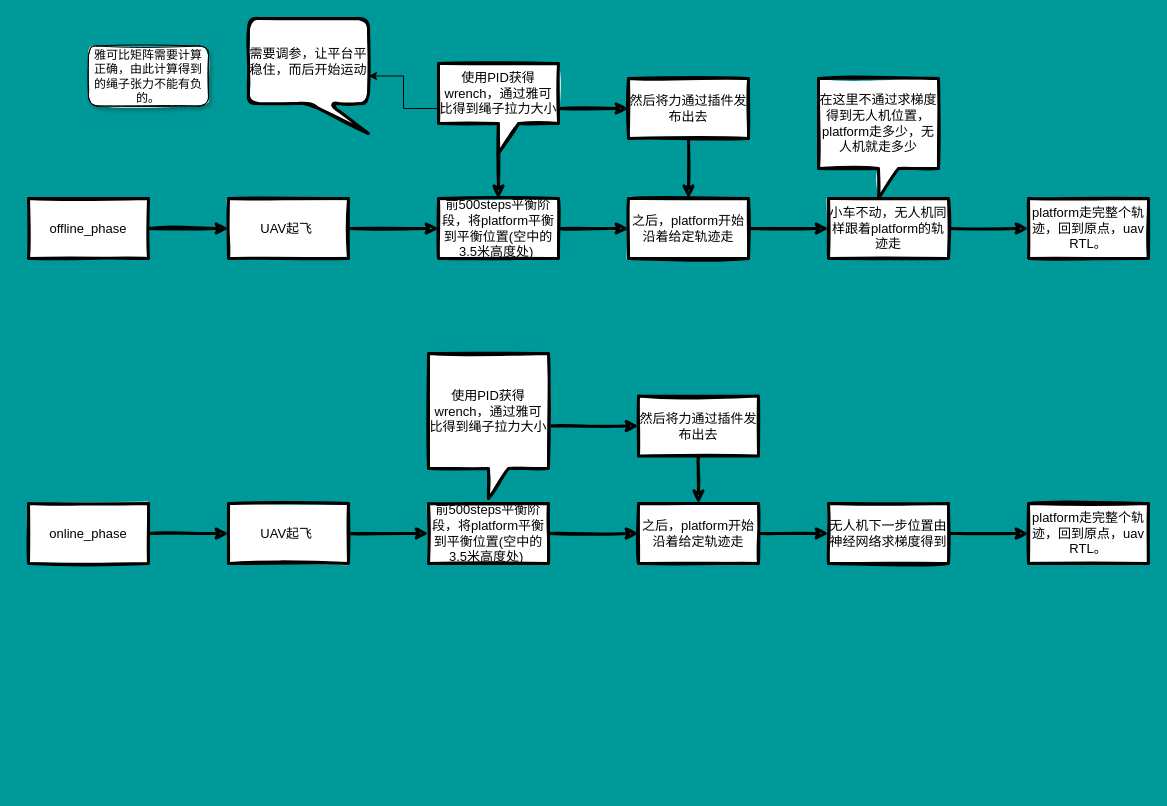
This is plan_cdpr.drawio from CHH3213/diagrams_flow-chart, a draw.io file, before an edit. Source tidied: cells renumbered, new cells numbered last; positions are measured from the earlier drawing's top-left corner, leaving out a move shared by most shapes. Both pictures are drawn from the tidied source at 100%, with x=0, y=0 at pixel (28, 18).
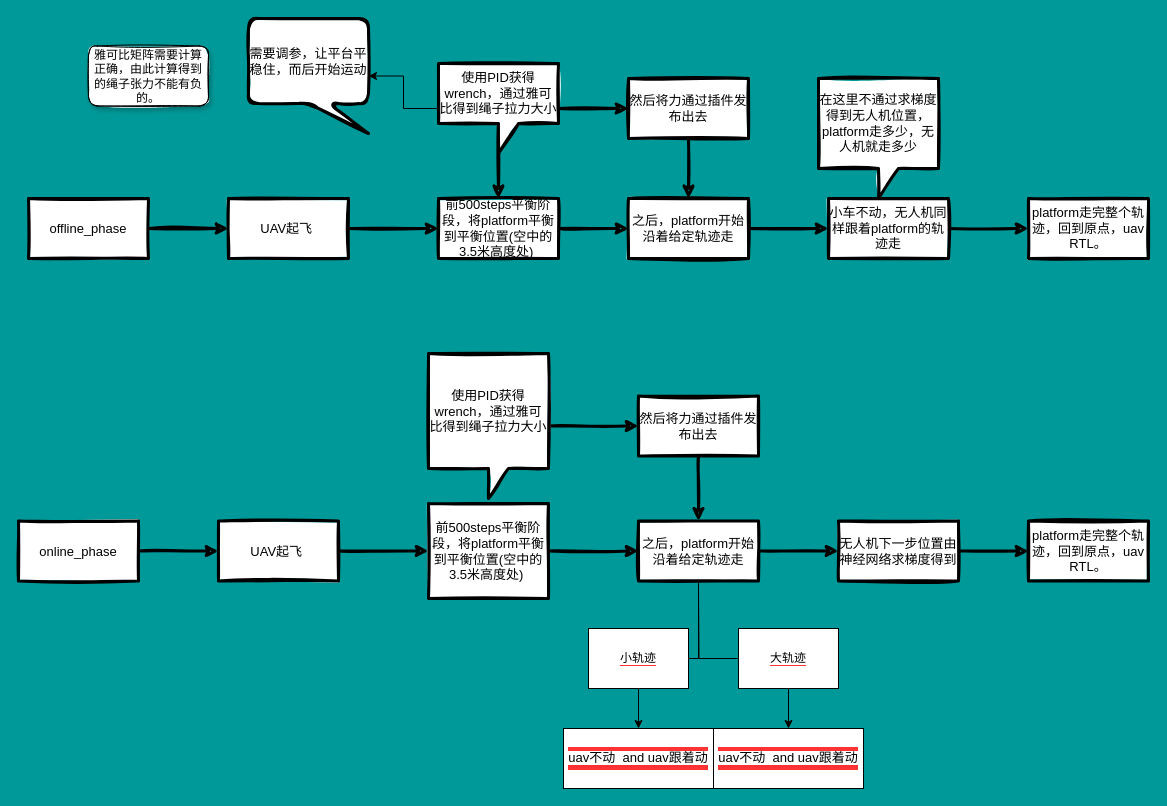
Above is the later version.

Change to the diagram source:
```diff
@@
     <mxCell id="21" value="online_phase" style="whiteSpace=wrap;html=1;sketch=1;strokeWidth=3;fontSize=13;" parent="1" vertex="1">
-      <mxGeometry y="485" width="120" height="60" as="geometry" />
+      <mxGeometry x="-10" y="502.5" width="120" height="60" as="geometry" />
     </mxCell>
@@
     <mxCell id="23" value="UAV起飞&lt;span style=&quot;white-space: pre; font-size: 13px;&quot;&gt; &lt;/span&gt;" style="whiteSpace=wrap;html=1;sketch=1;strokeWidth=3;fontSize=13;" parent="1" vertex="1">
-      <mxGeometry x="200" y="485" width="120" height="60" as="geometry" />
+      <mxGeometry x="190" y="502.5" width="120" height="60" as="geometry" />
     </mxCell>
@@
     <mxCell id="25" value="前500steps平衡阶段，将platform平衡到平衡位置(空中的3.5米高度处)&lt;span style=&quot;white-space: pre ; font-size: 13px&quot;&gt; &lt;/span&gt;" style="whiteSpace=wrap;html=1;sketch=1;strokeWidth=3;fontSize=13;" parent="1" vertex="1">
-      <mxGeometry x="400" y="485" width="120" height="60" as="geometry" />
+      <mxGeometry x="400" y="485" width="120" height="95" as="geometry" />
     </mxCell>
@@
     <mxCell id="27" value="之后，platform开始沿着给定轨迹走" style="whiteSpace=wrap;html=1;sketch=1;strokeWidth=3;fontSize=13;" parent="1" vertex="1">
-      <mxGeometry x="610" y="485" width="120" height="60" as="geometry" />
+      <mxGeometry x="610" y="502.5" width="120" height="60" as="geometry" />
     </mxCell>
@@
     <mxCell id="33" value="无人机下一步位置由神经网络求梯度得到" style="whiteSpace=wrap;html=1;sketch=1;strokeWidth=3;fontSize=13;" parent="1" vertex="1">
-      <mxGeometry x="800" y="485" width="120" height="60" as="geometry" />
+      <mxGeometry x="810" y="502.5" width="120" height="60" as="geometry" />
     </mxCell>
     <mxCell id="34" value="platform走完整个轨迹，回到原点，uav RTL。" style="whiteSpace=wrap;html=1;sketch=1;strokeWidth=3;fontSize=13;" parent="1" vertex="1">
-      <mxGeometry x="1000" y="485" width="120" height="60" as="geometry" />
+      <mxGeometry x="1000" y="502.5" width="120" height="60" as="geometry" />
     </mxCell>
@@
+    <mxCell id="37" style="edgeStyle=orthogonalEdgeStyle;startArrow=none;endArrow=none;rounded=0;targetPortConstraint=eastwest;sourcePortConstraint=northsouth;" parent="1" edge="1" target="40">
+      <mxGeometry relative="1" as="geometry">
+        <mxPoint x="670" y="570" as="sourcePoint" />
+      </mxGeometry>
+    </mxCell>
+    <mxCell id="38" style="edgeStyle=orthogonalEdgeStyle;startArrow=none;endArrow=none;rounded=0;targetPortConstraint=eastwest;sourcePortConstraint=northsouth;exitX=0.5;exitY=1;exitDx=0;exitDy=0;" parent="1" edge="1" source="27" target="42">
+      <mxGeometry relative="1" as="geometry" />
+    </mxCell>
+    <mxCell id="39" style="edgeStyle=orthogonalEdgeStyle;rounded=0;jettySize=auto;html=1;" parent="1" edge="1" source="40" target="43">
+      <mxGeometry relative="1" as="geometry" />
+    </mxCell>
+    <mxCell id="40" value="&lt;span style=&quot;background-color: rgb(255 , 255 , 255)&quot;&gt;小轨迹&lt;/span&gt;" style="whiteSpace=wrap;html=1;align=center;verticalAlign=middle;labelBackgroundColor=#FF3333;fillColor=#FFFFFF;" parent="1" vertex="1">
+      <mxGeometry x="560" y="610" width="100" height="60" as="geometry" />
+    </mxCell>
+    <mxCell id="41" style="edgeStyle=orthogonalEdgeStyle;rounded=0;jettySize=auto;html=1;exitX=0.5;exitY=1;exitDx=0;exitDy=0;entryX=0.5;entryY=0;entryDx=0;entryDy=0;fontSize=13;" parent="1" edge="1" source="42" target="44">
+      <mxGeometry relative="1" as="geometry" />
+    </mxCell>
+    <mxCell id="42" value="&lt;span style=&quot;background-color: rgb(255 , 255 , 255)&quot;&gt;大轨迹&lt;/span&gt;" style="whiteSpace=wrap;html=1;align=center;verticalAlign=middle;labelBackgroundColor=#FF3333;fillColor=#FFFFFF;" parent="1" vertex="1">
+      <mxGeometry x="710" y="610" width="100" height="60" as="geometry" />
+    </mxCell>
+    <mxCell id="43" value="&lt;span style=&quot;background-color: rgb(255 , 255 , 255) ; line-height: 1.7&quot;&gt;&lt;font style=&quot;font-size: 13px&quot;&gt;uav不动&amp;nbsp; and uav跟着动&lt;/font&gt;&lt;/span&gt;" style="whiteSpace=wrap;html=1;fillColor=#FFFFFF;labelBackgroundColor=#FF3333;" parent="1" vertex="1">
+      <mxGeometry x="535" y="710" width="150" height="60" as="geometry" />
+    </mxCell>
+    <mxCell id="44" value="&lt;span style=&quot;background-color: rgb(255 , 255 , 255) ; line-height: 1.7&quot;&gt;&lt;font style=&quot;font-size: 13px&quot;&gt;uav不动&amp;nbsp; and uav跟着动&lt;/font&gt;&lt;/span&gt;" style="whiteSpace=wrap;html=1;fillColor=#FFFFFF;labelBackgroundColor=#FF3333;" parent="1" vertex="1">
+      <mxGeometry x="685" y="710" width="150" height="60" as="geometry" />
+    </mxCell>
```
